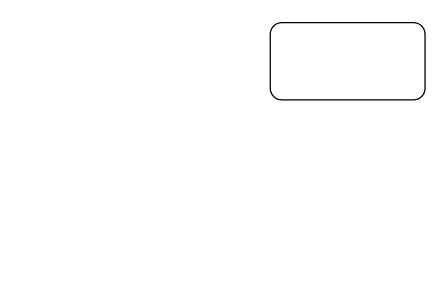
chbambooshoot/digram keeps this draw.io diagram as hb_new.drawio. Above is the earlier version. Source tidied: cells renumbered, new cells numbered last; positions are measured from the earlier drawing's top-left corner, leaving out a move shared by most shapes. Both pictures are drawn from the tidied source at 129%, with x=0, y=0 at pixel (270, 22).
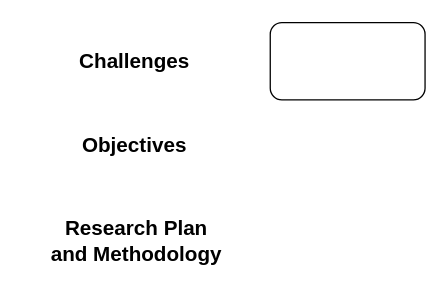
After the change.

What changed in the source:
```diff
@@
 <mxGraphModel>
   <root>
     <mxCell id="0" />
     <mxCell id="1" parent="0" />
     <mxCell id="2" style="rounded=1;whiteSpace=wrap;html=1;fontSize=16;" parent="1" vertex="1">
       <mxGeometry width="120" height="60" as="geometry" />
     </mxCell>
+    <mxCell id="3" value="Challenges" style="text;html=1;strokeColor=none;fillColor=none;align=center;verticalAlign=middle;whiteSpace=wrap;rounded=0;fontSize=16;fontStyle=1;" parent="1" vertex="1">
+      <mxGeometry x="-135" y="15" width="60" height="30" as="geometry" />
+    </mxCell>
+    <mxCell id="4" value="Objectives" style="text;html=1;strokeColor=none;fillColor=none;align=center;verticalAlign=middle;whiteSpace=wrap;rounded=0;fontSize=16;fontStyle=1;" parent="1" vertex="1">
+      <mxGeometry x="-135" y="80" width="60" height="30" as="geometry" />
+    </mxCell>
+    <mxCell id="5" value="Research&amp;nbsp;Plan &lt;br&gt;and Methodology" style="text;html=1;strokeColor=none;fillColor=none;align=center;verticalAlign=middle;whiteSpace=wrap;rounded=0;fontSize=16;fontStyle=1;" parent="1" vertex="1">
+      <mxGeometry x="-192" y="154" width="177" height="30" as="geometry" />
+    </mxCell>
   </root>
 </mxGraphModel>
```
